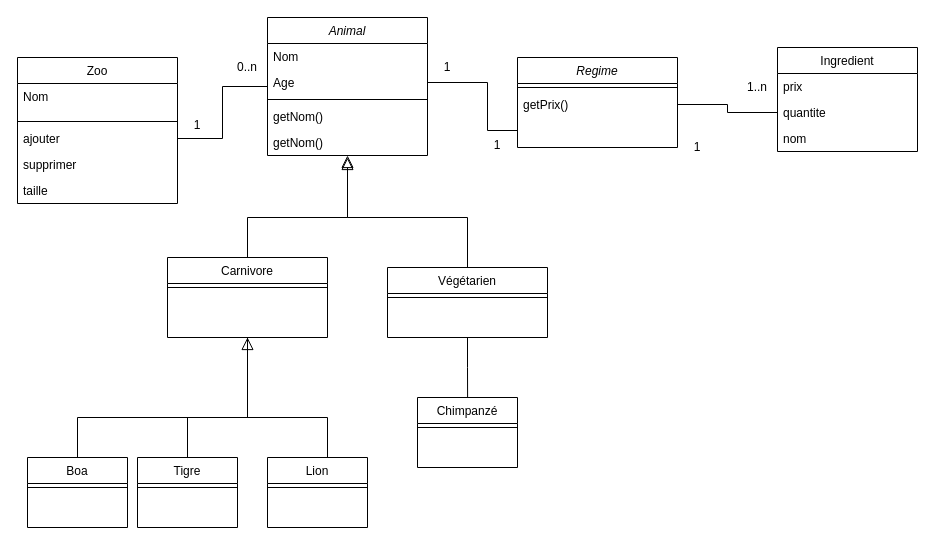
The draw.io diagram Untitled Diagram.drawio in elvaigh/POO, before the edit. Source tidied: cells renumbered, new cells numbered last; positions are measured from the earlier drawing's top-left corner, leaving out a move shared by most shapes. Both pictures are drawn from the tidied source at 100%, with x=0, y=0 at pixel (17, 17).
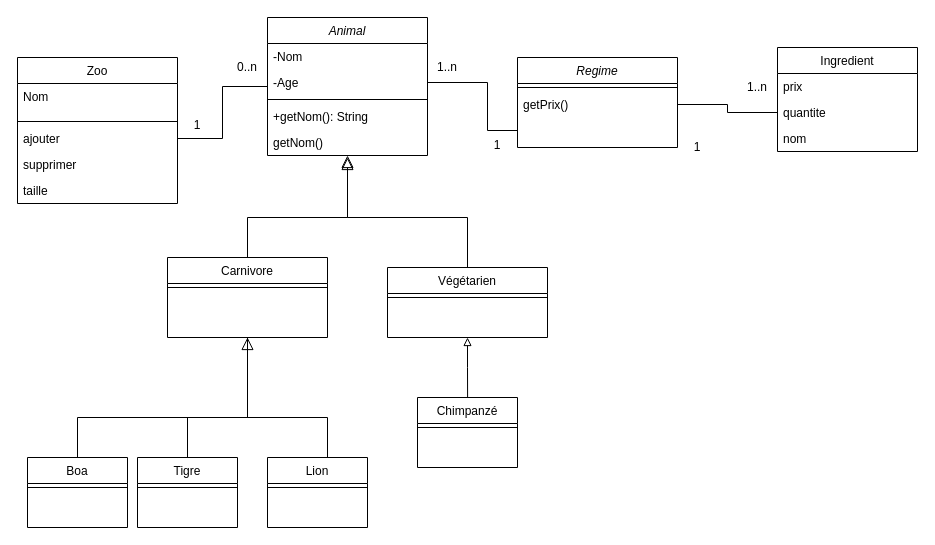
Above is the later version.

The change refers to these unchanged cells:
```xml
<mxCell id="2" value="Animal" style="swimlane;fontStyle=2;align=center;verticalAlign=top;horizontal=1;startSize=26;rounded=0;shadow=0;strokeWidth=1;" parent="1" vertex="1">
  <mxGeometry x="250" width="160" height="138" as="geometry" />
</mxCell>
<mxCell id="14" value="Végétarien" style="swimlane;fontStyle=0;align=center;verticalAlign=top;horizontal=1;startSize=26;rounded=0;shadow=0;strokeWidth=1;" parent="1" vertex="1">
  <mxGeometry x="370" y="250" width="160" height="70" as="geometry" />
</mxCell>
```

Change to the diagram source:
```diff
@@
-    <mxCell id="3" value="Nom&#10;" style="text;align=left;verticalAlign=top;spacingLeft=4;spacingRight=4;overflow=hidden;" parent="2" vertex="1">
+    <mxCell id="3" value="-Nom&#10;" style="text;align=left;verticalAlign=top;spacingLeft=4;spacingRight=4;overflow=hidden;" parent="2" vertex="1">
       <mxGeometry y="26" width="160" height="26" as="geometry" />
     </mxCell>
-    <mxCell id="4" value="Age" style="text;align=left;verticalAlign=top;spacingLeft=4;spacingRight=4;overflow=hidden;points=[[0,0.5],[1,0.5]];portConstraint=eastwest;" parent="2" vertex="1">
+    <mxCell id="4" value="-Age" style="text;align=left;verticalAlign=top;spacingLeft=4;spacingRight=4;overflow=hidden;points=[[0,0.5],[1,0.5]];portConstraint=eastwest;" parent="2" vertex="1">
       <mxGeometry y="52" width="160" height="26" as="geometry" />
     </mxCell>
@@
-    <mxCell id="6" value="getNom()" style="text;align=left;verticalAlign=top;spacingLeft=4;spacingRight=4;overflow=hidden;" parent="2" vertex="1">
+    <mxCell id="6" value="+getNom(): String" style="text;align=left;verticalAlign=top;spacingLeft=4;spacingRight=4;overflow=hidden;" parent="2" vertex="1">
       <mxGeometry y="86" width="160" height="26" as="geometry" />
     </mxCell>
@@
-    <mxCell id="13" style="edgeStyle=orthogonalEdgeStyle;rounded=0;jettySize=auto;html=1;exitX=0.5;exitY=1;exitDx=0;exitDy=0;endArrow=none;endFill=0;" parent="1" edge="1" source="14">
+    <mxCell id="13" style="edgeStyle=orthogonalEdgeStyle;rounded=0;jettySize=auto;html=1;exitX=0.5;exitY=1;exitDx=0;exitDy=0;endArrow=none;endFill=0;startArrow=block;startFill=0;" parent="1" edge="1" source="14">
       <mxGeometry relative="1" as="geometry">
         <mxPoint x="450.1" y="380" as="targetPoint" />
       </mxGeometry>
     </mxCell>
@@
-    <mxCell id="42" value="1" style="text;html=1;strokeColor=none;fillColor=none;align=center;verticalAlign=middle;whiteSpace=wrap;rounded=0;" parent="1" vertex="1">
+    <mxCell id="42" value="1..n" style="text;html=1;strokeColor=none;fillColor=none;align=center;verticalAlign=middle;whiteSpace=wrap;rounded=0;" parent="1" vertex="1">
       <mxGeometry x="410" y="40" width="40" height="20" as="geometry" />
     </mxCell>
```
